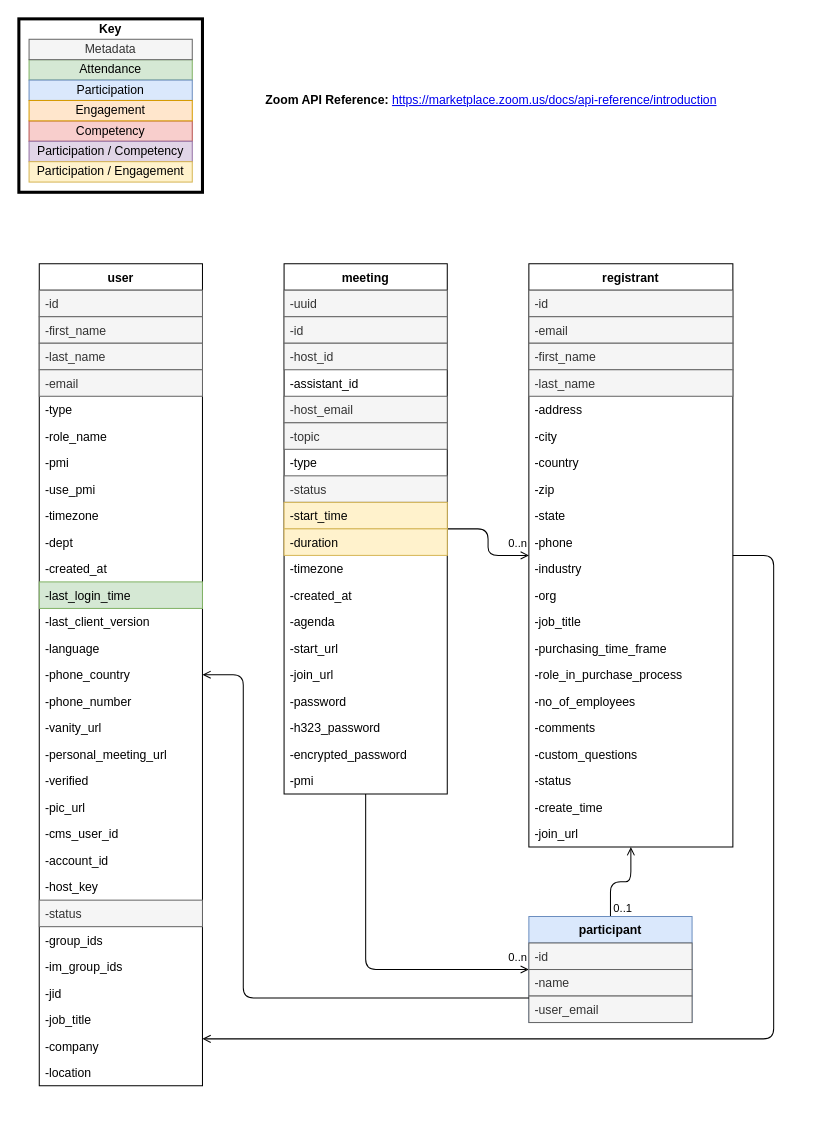
Above: page "Zoom API UDM" (5 of 5) of uml diagrams/FIZZ-API-UML.drawio in Ed-Fi-Exchange-OSS/LMS-Toolkit (draw.io), before the change. Source tidied: cells renumbered, new cells numbered last; positions are measured from the earlier drawing's top-left corner, leaving out a move shared by most shapes. Both pictures are drawn from the tidied source at 102%, with x=0, y=0 at pixel (18, 18).
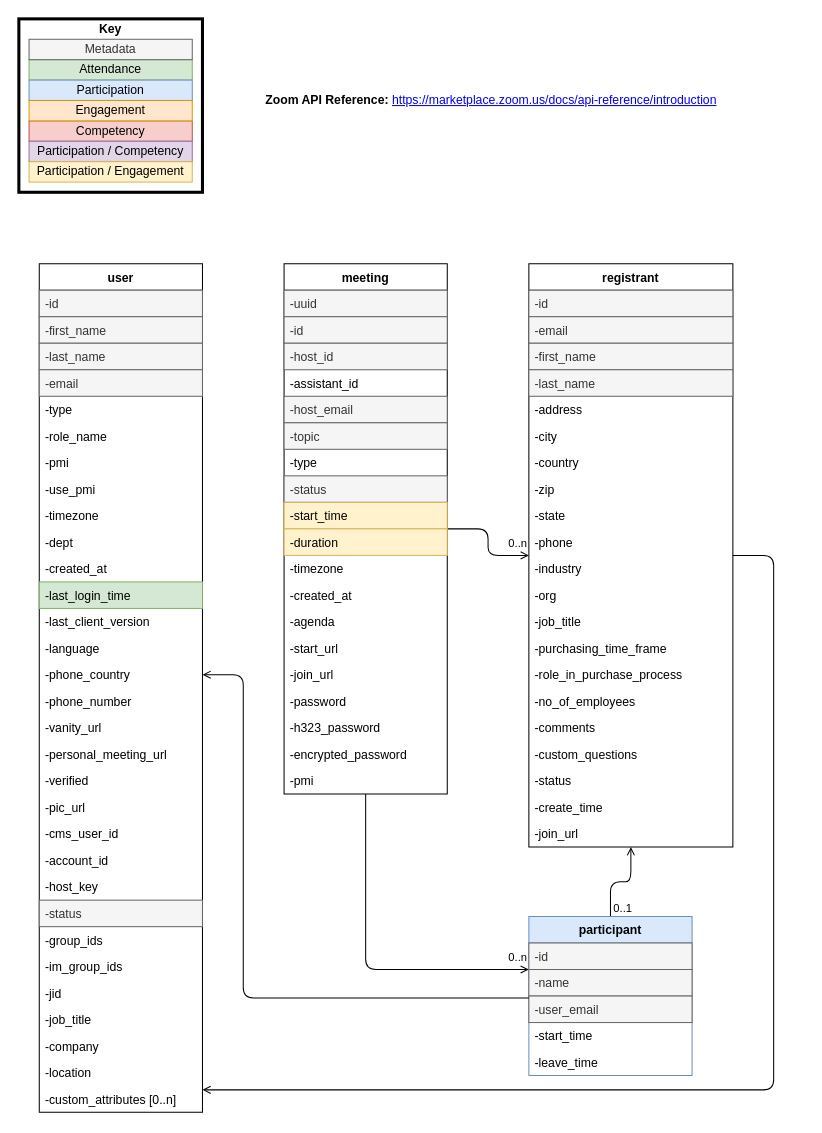
The same diagram, later.

Unchanged cells that the change refers to:
```xml
<mxCell id="47" value="registrant" style="swimlane;fontStyle=1;horizontal=1;startSize=26;strokeWidth=1;" parent="1" vertex="1">
  <mxGeometry x="500" y="240" width="200" height="572" as="geometry" />
</mxCell>
```

What changed in the source:
```diff
@@
     <mxCell id="12" value="user" style="swimlane;fontStyle=1;horizontal=1;startSize=26;strokeWidth=1;" parent="1" vertex="1">
-      <mxGeometry x="20" y="240" width="160" height="806" as="geometry" />
+      <mxGeometry x="20" y="240" width="160" height="832" as="geometry" />
     </mxCell>
@@
+    <mxCell id="97" value="-custom_attributes [0..n]" style="text;strokeColor=none;fillColor=none;align=left;verticalAlign=top;spacingLeft=4;spacingRight=4;overflow=hidden;" parent="12" vertex="1">
+      <mxGeometry y="806" width="160" height="26" as="geometry" />
+    </mxCell>
@@
     <mxCell id="71" value="participant" style="swimlane;fontStyle=1;horizontal=1;startSize=26;strokeWidth=1;fillColor=#dae8fc;strokeColor=#6c8ebf;" parent="1" vertex="1">
-      <mxGeometry x="500" y="880" width="160" height="104" as="geometry" />
+      <mxGeometry x="500" y="880" width="160" height="156" as="geometry" />
     </mxCell>
@@
+    <mxCell id="98" value="-start_time" style="text;strokeColor=none;fillColor=none;align=left;verticalAlign=top;spacingLeft=4;spacingRight=4;overflow=hidden;" parent="71" vertex="1">
+      <mxGeometry y="104" width="160" height="26" as="geometry" />
+    </mxCell>
+    <mxCell id="99" value="-leave_time" style="text;strokeColor=none;fillColor=none;align=left;verticalAlign=top;spacingLeft=4;spacingRight=4;overflow=hidden;" parent="71" vertex="1">
+      <mxGeometry y="130" width="160" height="26" as="geometry" />
+    </mxCell>
@@
     <mxCell id="96" style="edgeStyle=orthogonalEdgeStyle;rounded=1;jettySize=auto;html=1;startArrow=open;startFill=0;endArrow=none;endFill=0;" parent="1" edge="1" source="12" target="47">
       <mxGeometry relative="1" as="geometry">
         <Array as="points">
-          <mxPoint x="740" y="1000" />
+          <mxPoint x="740" y="1050" />
           <mxPoint x="740" y="526" />
         </Array>
       </mxGeometry>
     </mxCell>
```
